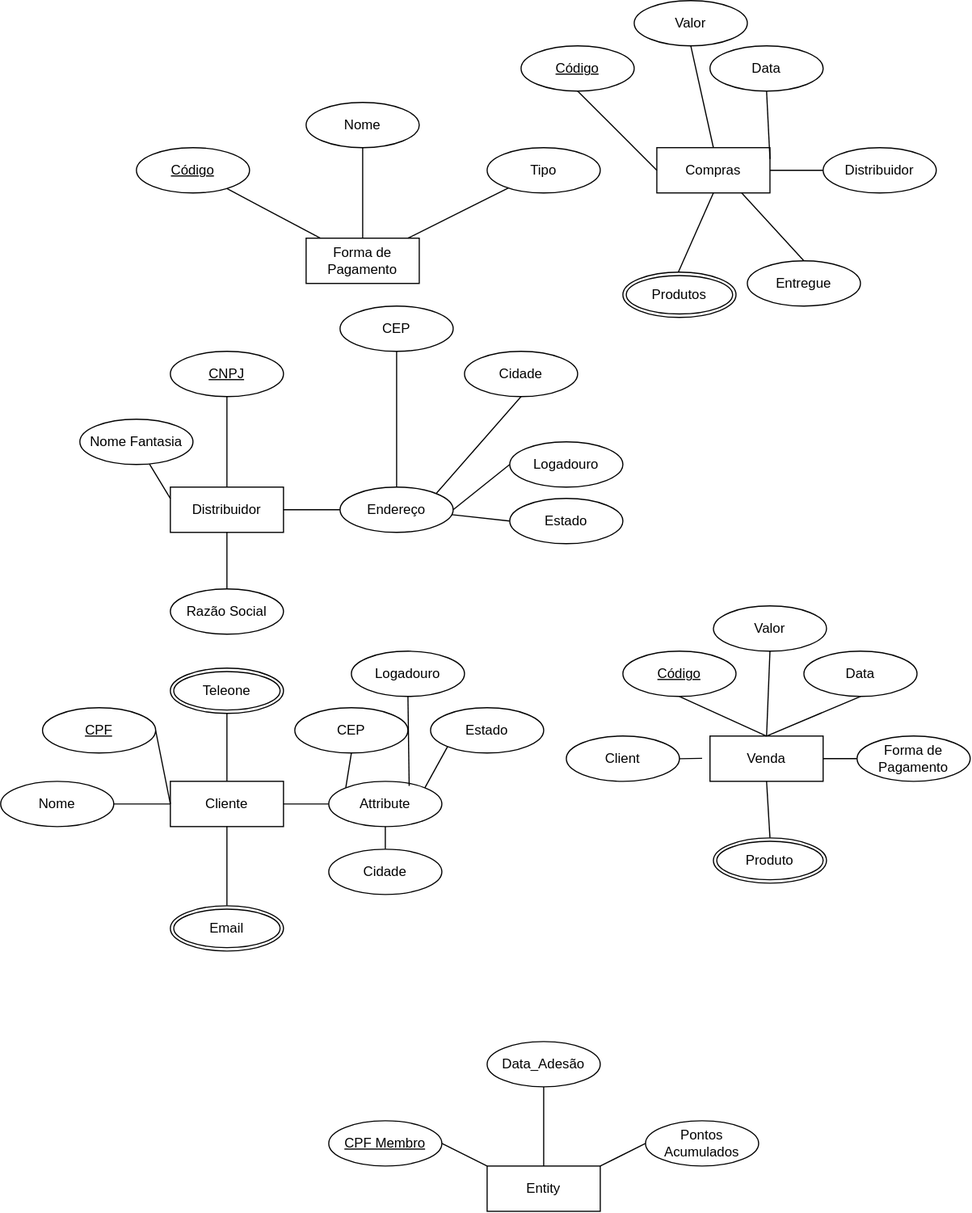
Davi-Archive/diagramas keeps this draw.io diagram as mer-primeiro/MER-loja.drawio.svg. Above is the earlier version. Source tidied: cells renumbered, new cells last; positions are measured from the earlier drawing's top-left corner, leaving out a move shared by most shapes.
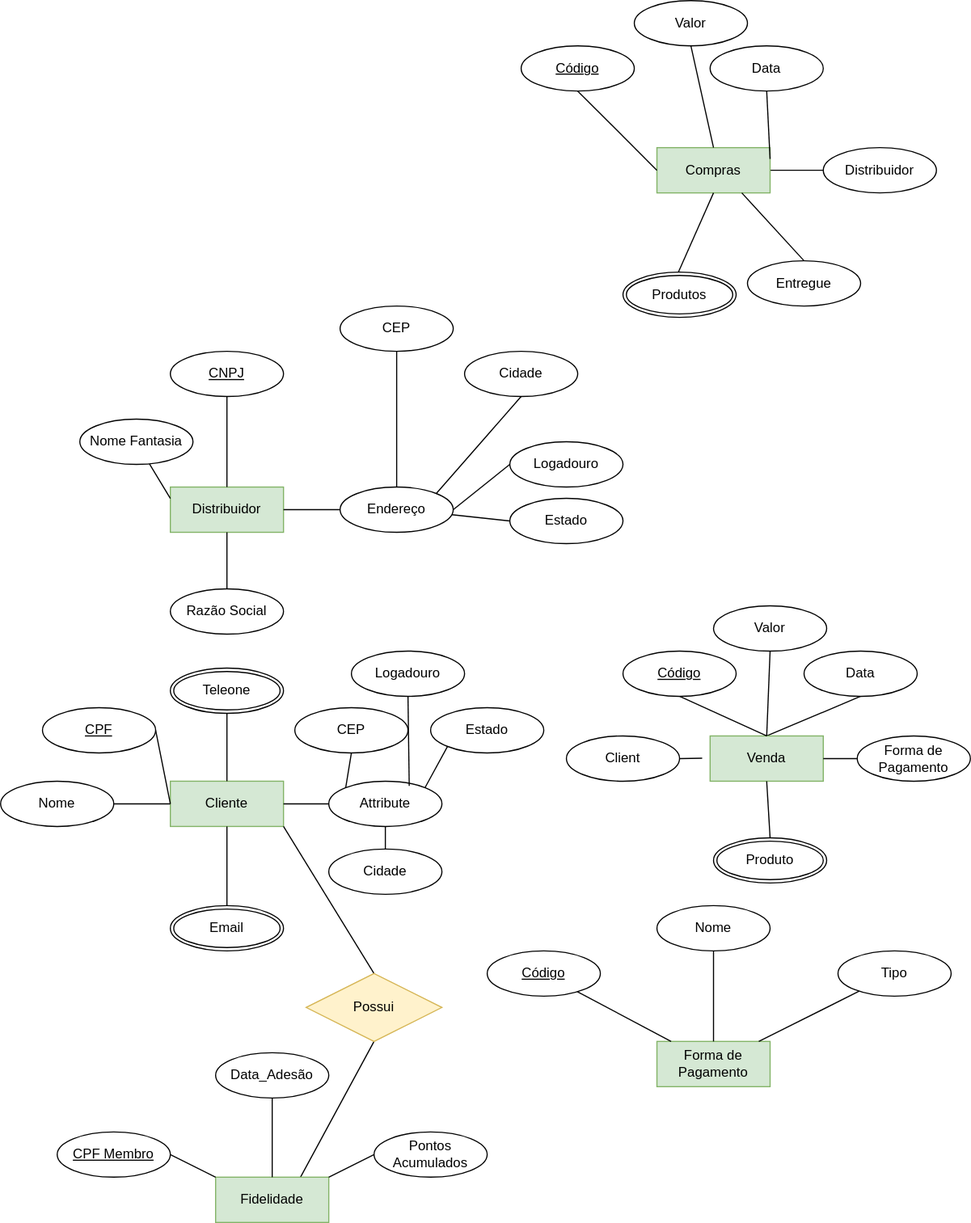
Later version of the same file.

What changed in the source:
```diff
@@ -2,28 +2,28 @@
   <root>
     <mxCell id="0" />
     <mxCell id="1" parent="0" />
-    <mxCell id="2" value="Forma de Pagamento" style="whiteSpace=wrap;html=1;align=center;" parent="1" vertex="1">
-      <mxGeometry x="270" y="210" width="100" height="40" as="geometry" />
+    <mxCell id="2" value="Forma de Pagamento" style="whiteSpace=wrap;html=1;align=center;fillColor=#d5e8d4;strokeColor=#82b366;" parent="1" vertex="1">
+      <mxGeometry x="580" y="920" width="100" height="40" as="geometry" />
     </mxCell>
     <mxCell id="3" style="edgeStyle=none;rounded=0;jettySize=auto;html=1;strokeColor=default;startArrow=none;startFill=0;endArrow=none;endFill=0;" parent="1" edge="1" source="4" target="2">
       <mxGeometry relative="1" as="geometry" />
     </mxCell>
     <mxCell id="4" value="Nome" style="ellipse;whiteSpace=wrap;html=1;align=center;" parent="1" vertex="1">
-      <mxGeometry x="270" y="90" width="100" height="40" as="geometry" />
+      <mxGeometry x="580" y="800" width="100" height="40" as="geometry" />
     </mxCell>
     <mxCell id="5" style="edgeStyle=none;rounded=0;jettySize=auto;html=1;strokeColor=default;startArrow=none;startFill=0;endArrow=none;endFill=0;" parent="1" edge="1" source="6" target="2">
       <mxGeometry relative="1" as="geometry" />
     </mxCell>
     <mxCell id="6" value="Tipo" style="ellipse;whiteSpace=wrap;html=1;align=center;" parent="1" vertex="1">
-      <mxGeometry x="430" y="130" width="100" height="40" as="geometry" />
+      <mxGeometry x="740" y="840" width="100" height="40" as="geometry" />
     </mxCell>
     <mxCell id="7" style="edgeStyle=none;rounded=0;jettySize=auto;html=1;strokeColor=default;startArrow=none;startFill=0;endArrow=none;endFill=0;" parent="1" edge="1" source="8" target="2">
       <mxGeometry relative="1" as="geometry" />
     </mxCell>
     <mxCell id="8" value="Código" style="ellipse;whiteSpace=wrap;html=1;align=center;fontStyle=4;" parent="1" vertex="1">
-      <mxGeometry x="120" y="130" width="100" height="40" as="geometry" />
+      <mxGeometry x="430" y="840" width="100" height="40" as="geometry" />
     </mxCell>
-    <mxCell id="9" value="Distribuidor" style="whiteSpace=wrap;html=1;align=center;" parent="1" vertex="1">
+    <mxCell id="9" value="Distribuidor" style="whiteSpace=wrap;html=1;align=center;fillColor=#d5e8d4;strokeColor=#82b366;" parent="1" vertex="1">
       <mxGeometry x="150" y="430" width="100" height="40" as="geometry" />
     </mxCell>
     <mxCell id="10" style="edgeStyle=none;rounded=0;jettySize=auto;html=1;strokeColor=default;startArrow=none;startFill=0;endArrow=none;endFill=0;" parent="1" edge="1" target="9">
@@ -81,7 +81,7 @@
     <mxCell id="26" style="edgeStyle=none;rounded=0;jettySize=auto;html=1;strokeColor=default;startArrow=none;startFill=0;endArrow=none;endFill=0;" parent="1" edge="1" source="27" target="38">
       <mxGeometry relative="1" as="geometry" />
     </mxCell>
-    <mxCell id="27" value="Compras" style="whiteSpace=wrap;html=1;align=center;" parent="1" vertex="1">
+    <mxCell id="27" value="Compras" style="whiteSpace=wrap;html=1;align=center;fillColor=#d5e8d4;strokeColor=#82b366;" parent="1" vertex="1">
       <mxGeometry x="580" y="130" width="100" height="40" as="geometry" />
     </mxCell>
     <mxCell id="28" style="edgeStyle=none;rounded=0;jettySize=auto;html=1;exitX=0.5;exitY=1;exitDx=0;exitDy=0;entryX=0.5;entryY=0;entryDx=0;entryDy=0;strokeColor=default;startArrow=none;startFill=0;endArrow=none;endFill=0;" parent="1" edge="1" source="29" target="27">
@@ -119,7 +119,7 @@
     <mxCell id="38" value="Distribuidor" style="ellipse;whiteSpace=wrap;html=1;align=center;" parent="1" vertex="1">
       <mxGeometry x="727" y="130" width="100" height="40" as="geometry" />
     </mxCell>
-    <mxCell id="39" value="Cliente" style="whiteSpace=wrap;html=1;align=center;" parent="1" vertex="1">
+    <mxCell id="39" value="Cliente" style="whiteSpace=wrap;html=1;align=center;fillColor=#d5e8d4;strokeColor=#82b366;" parent="1" vertex="1">
       <mxGeometry x="150" y="690" width="100" height="40" as="geometry" />
     </mxCell>
     <mxCell id="40" style="edgeStyle=none;rounded=0;jettySize=auto;html=1;exitX=0.5;exitY=1;exitDx=0;exitDy=0;entryX=0.5;entryY=0;entryDx=0;entryDy=0;strokeColor=default;startArrow=none;startFill=0;endArrow=none;endFill=0;" parent="1" edge="1" source="41" target="39">
@@ -179,7 +179,7 @@
     <mxCell id="58" style="edgeStyle=none;rounded=0;jettySize=auto;html=1;exitX=0.5;exitY=0;exitDx=0;exitDy=0;entryX=0.5;entryY=1;entryDx=0;entryDy=0;strokeColor=default;startArrow=none;startFill=0;endArrow=none;endFill=0;" parent="1" edge="1" source="59" target="64">
       <mxGeometry relative="1" as="geometry" />
     </mxCell>
-    <mxCell id="59" value="Venda" style="whiteSpace=wrap;html=1;align=center;" parent="1" vertex="1">
+    <mxCell id="59" value="Venda" style="whiteSpace=wrap;html=1;align=center;fillColor=#d5e8d4;strokeColor=#82b366;" parent="1" vertex="1">
       <mxGeometry x="627" y="650" width="100" height="40" as="geometry" />
     </mxCell>
     <mxCell id="60" style="edgeStyle=none;rounded=0;jettySize=auto;html=1;exitX=1;exitY=0.5;exitDx=0;exitDy=0;strokeColor=default;startArrow=none;startFill=0;endArrow=none;endFill=0;" parent="1" edge="1" source="61">
@@ -217,26 +217,35 @@
     <mxCell id="70" value="Código" style="ellipse;whiteSpace=wrap;html=1;align=center;fontStyle=4;" parent="1" vertex="1">
       <mxGeometry x="550" y="575" width="100" height="40" as="geometry" />
     </mxCell>
+    <mxCell id="78" style="edgeStyle=none;rounded=0;jettySize=auto;html=1;exitX=0.75;exitY=0;exitDx=0;exitDy=0;entryX=0.5;entryY=1;entryDx=0;entryDy=0;strokeColor=default;startArrow=none;startFill=0;endArrow=none;endFill=0;" parent="1" edge="1" source="71" target="80">
+      <mxGeometry relative="1" as="geometry" />
+    </mxCell>
-    <mxCell id="71" value="Entity" style="whiteSpace=wrap;html=1;align=center;" parent="1" vertex="1">
-      <mxGeometry x="430" y="1030" width="100" height="40" as="geometry" />
+    <mxCell id="71" value="Fidelidade" style="whiteSpace=wrap;html=1;align=center;fillColor=#d5e8d4;strokeColor=#82b366;" parent="1" vertex="1">
+      <mxGeometry x="190" y="1040" width="100" height="40" as="geometry" />
     </mxCell>
     <mxCell id="72" style="edgeStyle=none;rounded=0;jettySize=auto;html=1;exitX=0.5;exitY=1;exitDx=0;exitDy=0;entryX=0.5;entryY=0;entryDx=0;entryDy=0;strokeColor=default;startArrow=none;startFill=0;endArrow=none;endFill=0;" parent="1" edge="1" source="73" target="71">
       <mxGeometry relative="1" as="geometry" />
     </mxCell>
     <mxCell id="73" value="Data_Adesão" style="ellipse;whiteSpace=wrap;html=1;align=center;" parent="1" vertex="1">
-      <mxGeometry x="430" y="920" width="100" height="40" as="geometry" />
+      <mxGeometry x="190" y="930" width="100" height="40" as="geometry" />
     </mxCell>
     <mxCell id="74" style="edgeStyle=none;rounded=0;jettySize=auto;html=1;exitX=0;exitY=0.5;exitDx=0;exitDy=0;entryX=1;entryY=0;entryDx=0;entryDy=0;strokeColor=default;startArrow=none;startFill=0;endArrow=none;endFill=0;" parent="1" edge="1" source="75" target="71">
       <mxGeometry relative="1" as="geometry" />
     </mxCell>
     <mxCell id="75" value="Pontos Acumulados" style="ellipse;whiteSpace=wrap;html=1;align=center;" parent="1" vertex="1">
-      <mxGeometry x="570" y="990" width="100" height="40" as="geometry" />
+      <mxGeometry x="330" y="1000" width="100" height="40" as="geometry" />
     </mxCell>
     <mxCell id="76" style="edgeStyle=none;rounded=0;jettySize=auto;html=1;exitX=1;exitY=0.5;exitDx=0;exitDy=0;entryX=0;entryY=0;entryDx=0;entryDy=0;strokeColor=default;startArrow=none;startFill=0;endArrow=none;endFill=0;" parent="1" edge="1" source="77" target="71">
       <mxGeometry relative="1" as="geometry" />
     </mxCell>
     <mxCell id="77" value="CPF Membro" style="ellipse;whiteSpace=wrap;html=1;align=center;fontStyle=4;" parent="1" vertex="1">
-      <mxGeometry x="290" y="990" width="100" height="40" as="geometry" />
+      <mxGeometry x="50" y="1000" width="100" height="40" as="geometry" />
     </mxCell>
+    <mxCell id="79" style="edgeStyle=none;rounded=0;jettySize=auto;html=1;exitX=0.5;exitY=0;exitDx=0;exitDy=0;entryX=1;entryY=1;entryDx=0;entryDy=0;strokeColor=default;startArrow=none;startFill=0;endArrow=none;endFill=0;" parent="1" edge="1" source="80" target="39">
+      <mxGeometry relative="1" as="geometry" />
+    </mxCell>
+    <mxCell id="80" value="Possui" style="shape=rhombus;perimeter=rhombusPerimeter;whiteSpace=wrap;html=1;align=center;fillColor=#fff2cc;strokeColor=#d6b656;" parent="1" vertex="1">
+      <mxGeometry x="270" y="860" width="120" height="60" as="geometry" />
+    </mxCell>
   </root>
 </mxGraphModel>
```
